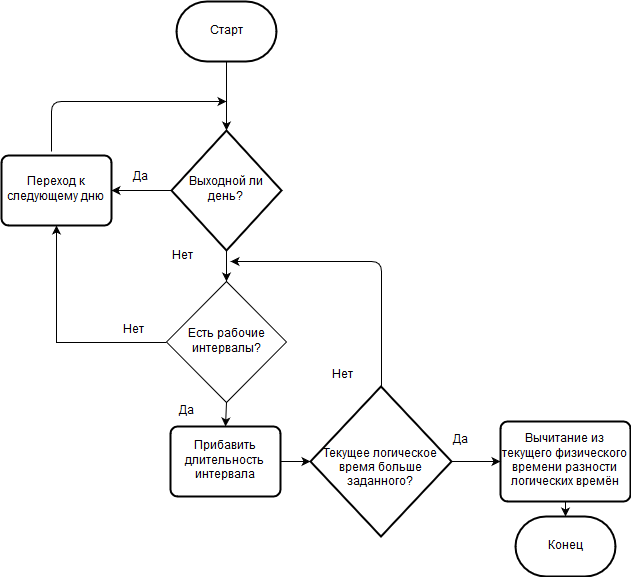
The draw.io diagram pics/scheduleSchema.png in BarneyXF/DiplodocusDeBulbasaur, before a commit. Source tidied: cells renumbered, new cells last; positions are measured from the earlier drawing's top-left corner, leaving out a move shared by most shapes.
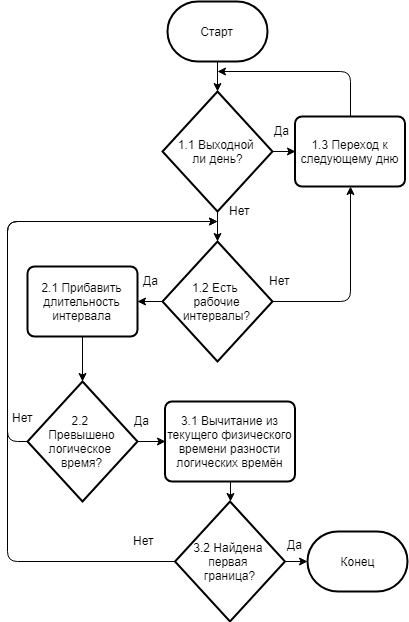
Later version of the same file.

What changed in the source:
```diff
@@ -1,93 +1,114 @@
-<mxGraphModel background="#ffffff">
+<mxGraphModel>
   <root>
     <mxCell id="0" />
     <mxCell id="1" parent="0" />
-    <mxCell id="2" style="edgeStyle=orthogonalEdgeStyle;rounded=0;jettySize=auto;html=1;exitX=0;exitY=0.5;exitDx=0;exitDy=0;exitPerimeter=0;entryX=1;entryY=0.5;entryDx=0;entryDy=0;" parent="1" edge="1" source="3" target="12">
-      <mxGeometry relative="1" as="geometry" />
-    </mxCell>
-    <mxCell id="3" value="Выходной ли день?" style="strokeWidth=2;html=1;shape=mxgraph.flowchart.decision;whiteSpace=wrap;" parent="1" vertex="1">
-      <mxGeometry x="170" y="129" width="110" height="120" as="geometry" />
-    </mxCell>
-    <mxCell id="4" style="endArrow=classic;html=1;" parent="1" edge="1">
-      <mxGeometry relative="1" as="geometry">
-        <mxPoint x="50" y="150" as="sourcePoint" />
-        <mxPoint x="225" y="100" as="targetPoint" />
-        <Array as="points">
-          <mxPoint x="50" y="100" />
-        </Array>
-      </mxGeometry>
-    </mxCell>
-    <mxCell id="5" style="endArrow=classic;html=1;exitX=0.5;exitY=1;exitDx=0;exitDy=0;entryX=0.5;entryY=0;entryDx=0;entryDy=0;entryPerimeter=0;" parent="1" edge="1" source="13" target="17">
-      <mxGeometry relative="1" as="geometry" />
-    </mxCell>
-    <mxCell id="6" value="Да" style="text;html=1;align=left;verticalAlign=top;spacingTop=-4;" parent="1" vertex="1">
-      <mxGeometry x="130" y="167" width="30" height="20" as="geometry" />
-    </mxCell>
-    <mxCell id="7" value="Нет" style="text;html=1;align=left;verticalAlign=top;spacingTop=-4;" parent="1" vertex="1">
-      <mxGeometry x="169" y="246" width="40" height="20" as="geometry" />
-    </mxCell>
-    <mxCell id="8" value="&lt;div&gt;&amp;nbsp;&lt;/div&gt;&lt;div&gt;Текущее логическое время больше заданного?&lt;/div&gt;" style="strokeWidth=2;html=1;shape=mxgraph.flowchart.decision;whiteSpace=wrap;" parent="1" vertex="1">
-      <mxGeometry x="309" y="385" width="141" height="150" as="geometry" />
-    </mxCell>
-    <mxCell id="9" value="Прибавить длительность интервала" style="rounded=1;whiteSpace=wrap;html=1;absoluteArcSize=1;arcSize=14;strokeWidth=2;" parent="1" vertex="1">
-      <mxGeometry x="169" y="425" width="110" height="70" as="geometry" />
-    </mxCell>
-    <mxCell id="10" value="Нет" style="text;html=1;align=left;verticalAlign=top;spacingTop=-4;" parent="1" vertex="1">
-      <mxGeometry x="329" y="365" width="40" height="20" as="geometry" />
-    </mxCell>
-    <mxCell id="11" style="edgeStyle=orthogonalEdgeStyle;rounded=0;jettySize=auto;html=1;exitX=0;exitY=0.5;exitDx=0;exitDy=0;entryX=0.5;entryY=1;entryDx=0;entryDy=0;" parent="1" edge="1" source="19" target="12">
-      <mxGeometry relative="1" as="geometry">
-        <Array as="points">
-          <mxPoint x="55" y="341" />
-        </Array>
-      </mxGeometry>
-    </mxCell>
-    <mxCell id="12" value="Переход к следующему дню" style="rounded=1;whiteSpace=wrap;html=1;absoluteArcSize=1;arcSize=14;strokeWidth=2;" parent="1" vertex="1">
-      <mxGeometry y="154" width="110" height="70" as="geometry" />
-    </mxCell>
-    <mxCell id="13" value="Вычитание из текущего физического времени разности логических времён" style="rounded=1;whiteSpace=wrap;html=1;absoluteArcSize=1;arcSize=14;strokeWidth=2;" parent="1" vertex="1">
-      <mxGeometry x="499" y="420" width="130" height="80" as="geometry" />
-    </mxCell>
-    <mxCell id="14" value="Да" style="text;html=1;align=left;verticalAlign=top;spacingTop=-4;" parent="1" vertex="1">
-      <mxGeometry x="450" y="430" width="30" height="20" as="geometry" />
-    </mxCell>
-    <mxCell id="15" style="edgeStyle=orthogonalEdgeStyle;rounded=0;jettySize=auto;html=1;" parent="1" edge="1" source="16" target="3">
-      <mxGeometry relative="1" as="geometry" />
-    </mxCell>
     <mxCell id="16" value="Старт" style="strokeWidth=2;html=1;shape=mxgraph.flowchart.terminator;whiteSpace=wrap;" parent="1" vertex="1">
-      <mxGeometry x="175" width="100" height="60" as="geometry" />
+      <mxGeometry x="-151" y="-120" width="100" height="60" as="geometry" />
     </mxCell>
+    <mxCell id="26" style="endArrow=classic;html=1;exitX=0.5;exitY=1;exitDx=0;exitDy=0;exitPerimeter=0;entryX=0.5;entryY=0;entryDx=0;entryDy=0;entryPerimeter=0;" parent="1" edge="1" source="16" target="27">
+      <mxGeometry relative="1" as="geometry" />
+    </mxCell>
+    <mxCell id="27" value="1.1 Выходной &lt;br&gt;ли день?" style="strokeWidth=2;html=1;shape=mxgraph.flowchart.decision;whiteSpace=wrap;" parent="1" vertex="1">
+      <mxGeometry x="-156" y="-30" width="110" height="120" as="geometry" />
+    </mxCell>
+    <mxCell id="28" style="endArrow=classic;html=1;exitX=1;exitY=0.5;exitDx=0;exitDy=0;exitPerimeter=0;entryX=0;entryY=0.5;entryDx=0;entryDy=0;" parent="1" edge="1" source="27" target="29">
+      <mxGeometry relative="1" as="geometry" />
+    </mxCell>
+    <mxCell id="29" value="1.3 Переход к следующему дню" style="rounded=1;whiteSpace=wrap;html=1;absoluteArcSize=1;arcSize=14;strokeWidth=2;" parent="1" vertex="1">
+      <mxGeometry x="-23.5" y="-5" width="110" height="70" as="geometry" />
+    </mxCell>
+    <mxCell id="30" value="1.2 Есть &lt;br&gt;рабочие интервалы?" style="strokeWidth=2;html=1;shape=mxgraph.flowchart.decision;whiteSpace=wrap;" parent="1" vertex="1">
+      <mxGeometry x="-156" y="120" width="110" height="120" as="geometry" />
+    </mxCell>
+    <mxCell id="31" style="endArrow=classic;html=1;exitX=0.5;exitY=1;exitDx=0;exitDy=0;exitPerimeter=0;entryX=0.5;entryY=0;entryDx=0;entryDy=0;entryPerimeter=0;" parent="1" edge="1" source="27" target="30">
+      <mxGeometry relative="1" as="geometry" />
+    </mxCell>
+    <mxCell id="32" style="endArrow=classic;html=1;exitX=1;exitY=0.5;exitDx=0;exitDy=0;exitPerimeter=0;entryX=0.5;entryY=1;entryDx=0;entryDy=0;" parent="1" edge="1" source="30" target="29">
+      <mxGeometry relative="1" as="geometry">
+        <Array as="points">
+          <mxPoint x="32" y="180" />
+        </Array>
+      </mxGeometry>
+    </mxCell>
+    <mxCell id="33" value="2.1 Прибавить длительность интервала" style="rounded=1;whiteSpace=wrap;html=1;absoluteArcSize=1;arcSize=14;strokeWidth=2;" parent="1" vertex="1">
+      <mxGeometry x="-291" y="145" width="110" height="70" as="geometry" />
+    </mxCell>
+    <mxCell id="34" style="endArrow=classic;html=1;exitX=0;exitY=0.5;exitDx=0;exitDy=0;exitPerimeter=0;entryX=1;entryY=0.5;entryDx=0;entryDy=0;" parent="1" edge="1" source="30" target="33">
+      <mxGeometry relative="1" as="geometry" />
+    </mxCell>
+    <mxCell id="35" value="2.2 &lt;br&gt;Превышено логическое &lt;br&gt;время?" style="strokeWidth=2;html=1;shape=mxgraph.flowchart.decision;whiteSpace=wrap;" parent="1" vertex="1">
+      <mxGeometry x="-291" y="260" width="110" height="120" as="geometry" />
+    </mxCell>
+    <mxCell id="36" style="endArrow=classic;html=1;exitX=0.5;exitY=1;exitDx=0;exitDy=0;entryX=0.5;entryY=0;entryDx=0;entryDy=0;entryPerimeter=0;" parent="1" edge="1" source="33" target="35">
+      <mxGeometry relative="1" as="geometry" />
+    </mxCell>
+    <mxCell id="37" style="endArrow=classic;html=1;exitX=0;exitY=0.5;exitDx=0;exitDy=0;exitPerimeter=0;" parent="1" edge="1" source="35">
+      <mxGeometry relative="1" as="geometry">
+        <mxPoint x="-101" y="100" as="targetPoint" />
+        <Array as="points">
+          <mxPoint x="-311" y="320" />
+          <mxPoint x="-311" y="100" />
+        </Array>
+      </mxGeometry>
+    </mxCell>
+    <mxCell id="38" style="endArrow=classic;html=1;exitX=0.5;exitY=0;exitDx=0;exitDy=0;" parent="1" edge="1" source="29">
+      <mxGeometry relative="1" as="geometry">
+        <mxPoint x="-101" y="-50" as="targetPoint" />
+        <Array as="points">
+          <mxPoint x="32" y="-50" />
+        </Array>
+      </mxGeometry>
+    </mxCell>
+    <mxCell id="39" value="3.1 Вычитание из текущего физического времени разности логических времён" style="rounded=1;whiteSpace=wrap;html=1;absoluteArcSize=1;arcSize=14;strokeWidth=2;" parent="1" vertex="1">
+      <mxGeometry x="-153.5" y="280" width="130" height="80" as="geometry" />
+    </mxCell>
+    <mxCell id="40" style="endArrow=classic;html=1;exitX=1;exitY=0.5;exitDx=0;exitDy=0;exitPerimeter=0;entryX=0;entryY=0.5;entryDx=0;entryDy=0;" parent="1" edge="1" source="35" target="39">
+      <mxGeometry relative="1" as="geometry" />
+    </mxCell>
+    <mxCell id="41" value="3.2 Найдена &lt;br&gt;первая &lt;br&gt;граница?" style="strokeWidth=2;html=1;shape=mxgraph.flowchart.decision;whiteSpace=wrap;" parent="1" vertex="1">
+      <mxGeometry x="-143.5" y="380" width="110" height="120" as="geometry" />
+    </mxCell>
+    <mxCell id="42" style="endArrow=classic;html=1;exitX=0.5;exitY=1;exitDx=0;exitDy=0;entryX=0.5;entryY=0;entryDx=0;entryDy=0;entryPerimeter=0;" parent="1" edge="1" source="39" target="41">
+      <mxGeometry relative="1" as="geometry" />
+    </mxCell>
+    <mxCell id="43" style="endArrow=classic;html=1;exitX=0;exitY=0.5;exitDx=0;exitDy=0;exitPerimeter=0;" parent="1" edge="1" source="41">
+      <mxGeometry relative="1" as="geometry">
+        <mxPoint x="-101" y="100" as="targetPoint" />
+        <Array as="points">
+          <mxPoint x="-311" y="440" />
+          <mxPoint x="-311" y="100" />
+        </Array>
+      </mxGeometry>
+    </mxCell>
     <mxCell id="17" value="Конец" style="strokeWidth=2;html=1;shape=mxgraph.flowchart.terminator;whiteSpace=wrap;" parent="1" vertex="1">
-      <mxGeometry x="514" y="515" width="100" height="60" as="geometry" />
+      <mxGeometry x="-11" y="410" width="100" height="60" as="geometry" />
     </mxCell>
-    <mxCell id="18" style="endArrow=classic;html=1;exitX=0.5;exitY=1;exitDx=0;exitDy=0;entryX=0.5;entryY=0;entryDx=0;entryDy=0;" parent="1" edge="1" source="19" target="9">
-      <mxGeometry relative="1" as="geometry" />
-    </mxCell>
-    <mxCell id="19" value="Есть рабочие интервалы?" style="rhombus;whiteSpace=wrap;html=1;" parent="1" vertex="1">
-      <mxGeometry x="165" y="280" width="120" height="121" as="geometry" />
-    </mxCell>
-    <mxCell id="20" style="endArrow=classic;html=1;exitX=0.5;exitY=1;exitDx=0;exitDy=0;exitPerimeter=0;entryX=0.5;entryY=0;entryDx=0;entryDy=0;" parent="1" edge="1" source="3" target="19">
-      <mxGeometry relative="1" as="geometry" />
-    </mxCell>
-    <mxCell id="21" value="Нет" style="text;html=1;align=left;verticalAlign=top;spacingTop=-4;" parent="1" vertex="1">
-      <mxGeometry x="120" y="320" width="40" height="20" as="geometry" />
-    </mxCell>
-    <mxCell id="22" value="Да" style="text;html=1;align=left;verticalAlign=top;spacingTop=-4;" parent="1" vertex="1">
-      <mxGeometry x="176" y="401" width="30" height="20" as="geometry" />
-    </mxCell>
-    <mxCell id="23" style="endArrow=classic;html=1;exitX=1;exitY=0.5;exitDx=0;exitDy=0;entryX=0;entryY=0.5;entryDx=0;entryDy=0;entryPerimeter=0;" parent="1" edge="1" source="9" target="8">
-      <mxGeometry relative="1" as="geometry" />
-    </mxCell>
-    <mxCell id="24" style="endArrow=classic;html=1;exitX=0.5;exitY=0;exitDx=0;exitDy=0;exitPerimeter=0;" parent="1" edge="1" source="8">
-      <mxGeometry relative="1" as="geometry">
-        <mxPoint x="229" y="260" as="targetPoint" />
-        <Array as="points">
-          <mxPoint x="380" y="260" />
-        </Array>
-      </mxGeometry>
-    </mxCell>
-    <mxCell id="25" style="endArrow=classic;html=1;exitX=1;exitY=0.5;exitDx=0;exitDy=0;exitPerimeter=0;entryX=0;entryY=0.5;entryDx=0;entryDy=0;" parent="1" edge="1" source="8" target="13">
-      <mxGeometry relative="1" as="geometry" />
-    </mxCell>
+    <mxCell id="44" style="endArrow=classic;html=1;exitX=1;exitY=0.5;exitDx=0;exitDy=0;exitPerimeter=0;entryX=0;entryY=0.5;entryDx=0;entryDy=0;entryPerimeter=0;" parent="1" edge="1" source="41" target="17">
+      <mxGeometry relative="1" as="geometry" />
+    </mxCell>
+    <mxCell id="45" value="Да" style="text;html=1;align=left;verticalAlign=top;spacingTop=-4;" parent="1" vertex="1">
+      <mxGeometry x="-46" width="30" height="20" as="geometry" />
+    </mxCell>
+    <mxCell id="46" value="Да" style="text;html=1;align=left;verticalAlign=top;spacingTop=-4;" parent="1" vertex="1">
+      <mxGeometry x="-177" y="150" width="30" height="20" as="geometry" />
+    </mxCell>
+    <mxCell id="47" value="Да" style="text;html=1;align=left;verticalAlign=top;spacingTop=-4;" parent="1" vertex="1">
+      <mxGeometry x="-186" y="290" width="30" height="20" as="geometry" />
+    </mxCell>
+    <mxCell id="48" value="Да" style="text;html=1;align=left;verticalAlign=top;spacingTop=-4;" parent="1" vertex="1">
+      <mxGeometry x="-33.5" y="414" width="30" height="20" as="geometry" />
+    </mxCell>
+    <mxCell id="49" value="Нет" style="text;html=1;align=left;verticalAlign=top;spacingTop=-4;" parent="1" vertex="1">
+      <mxGeometry x="-91" y="80" width="40" height="20" as="geometry" />
+    </mxCell>
+    <mxCell id="50" value="Нет" style="text;html=1;align=left;verticalAlign=top;spacingTop=-4;" parent="1" vertex="1">
+      <mxGeometry x="-51" y="150" width="40" height="20" as="geometry" />
+    </mxCell>
+    <mxCell id="51" value="Нет" style="text;html=1;align=left;verticalAlign=top;spacingTop=-4;" parent="1" vertex="1">
+      <mxGeometry x="-308" y="287" width="40" height="20" as="geometry" />
+    </mxCell>
+    <mxCell id="52" value="Нет" style="text;html=1;align=left;verticalAlign=top;spacingTop=-4;" parent="1" vertex="1">
+      <mxGeometry x="-187" y="410" width="40" height="20" as="geometry" />
+    </mxCell>
   </root>
 </mxGraphModel>
```
